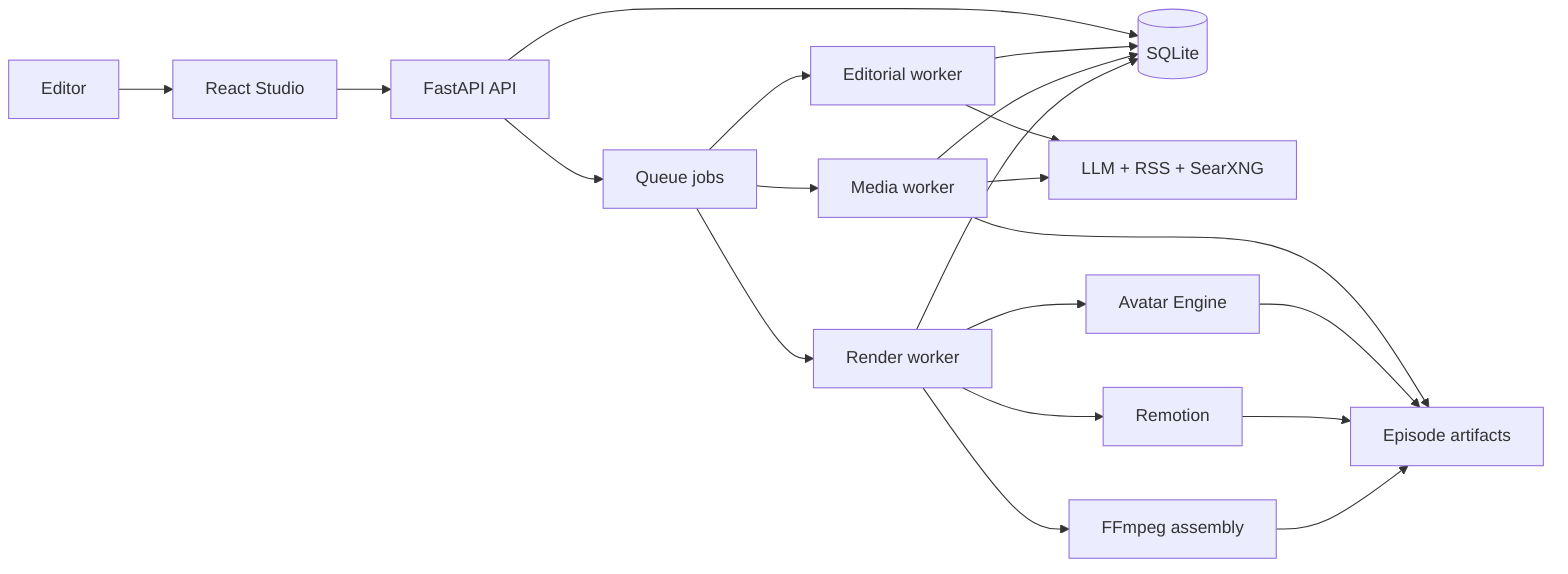
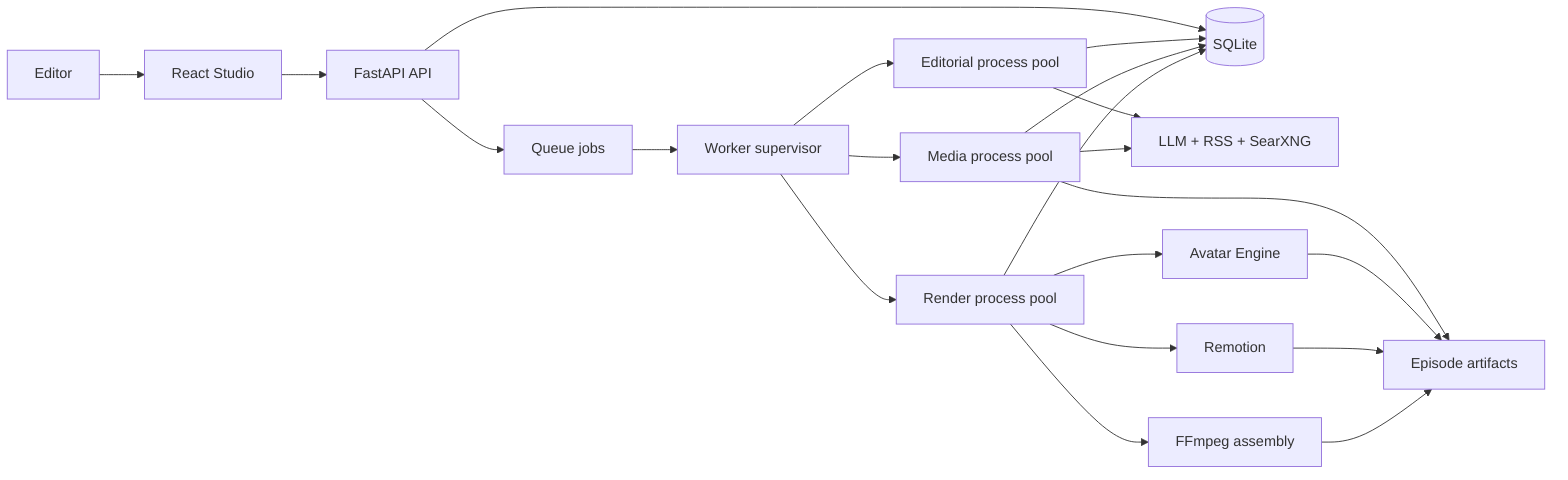
flowchart LR
  U[Editor] --> Studio[React Studio]
  Studio --> API[FastAPI API]
  API --> DB[(SQLite)]
  API --> Queue[Queue jobs]
-   Queue --> Editorial[Editorial worker]
-   Queue --> Media[Media worker]
-   Queue --> Render[Render worker]
+   Queue --> Supervisor[Worker supervisor]
+   Supervisor --> Editorial[Editorial process pool]
+   Supervisor --> Media[Media process pool]
+   Supervisor --> Render[Render process pool]
  Editorial --> Providers[LLM + RSS + SearXNG]
  Media --> Providers
  Media --> Files[Episode artifacts]
  Render --> Avatar[Avatar Engine]
  Render --> Remotion[Remotion]
  Render --> FFmpeg[FFmpeg assembly]
  Editorial --> DB
  Media --> DB
  Render --> DB
  Avatar --> Files
  Remotion --> Files
  FFmpeg --> Files
